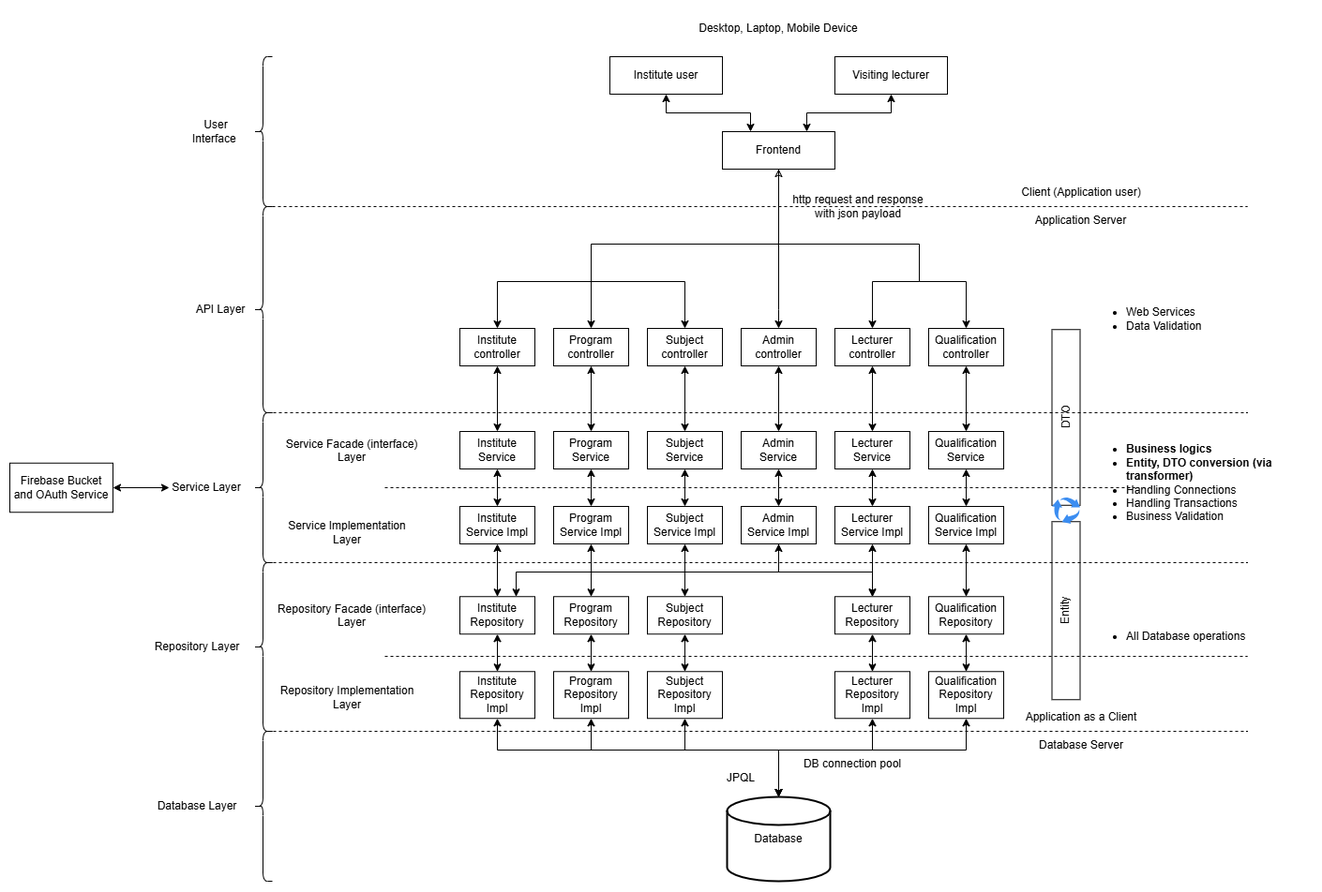
Earlier version of the draw.io export src/main/resources/pic/Lecture_Link_Architecture.drawio.png (tharindu152/lecture-link-backend). Source tidied: cells renumbered, new cells last; positions are measured from the earlier drawing's top-left corner, leaving out a move shared by most shapes.
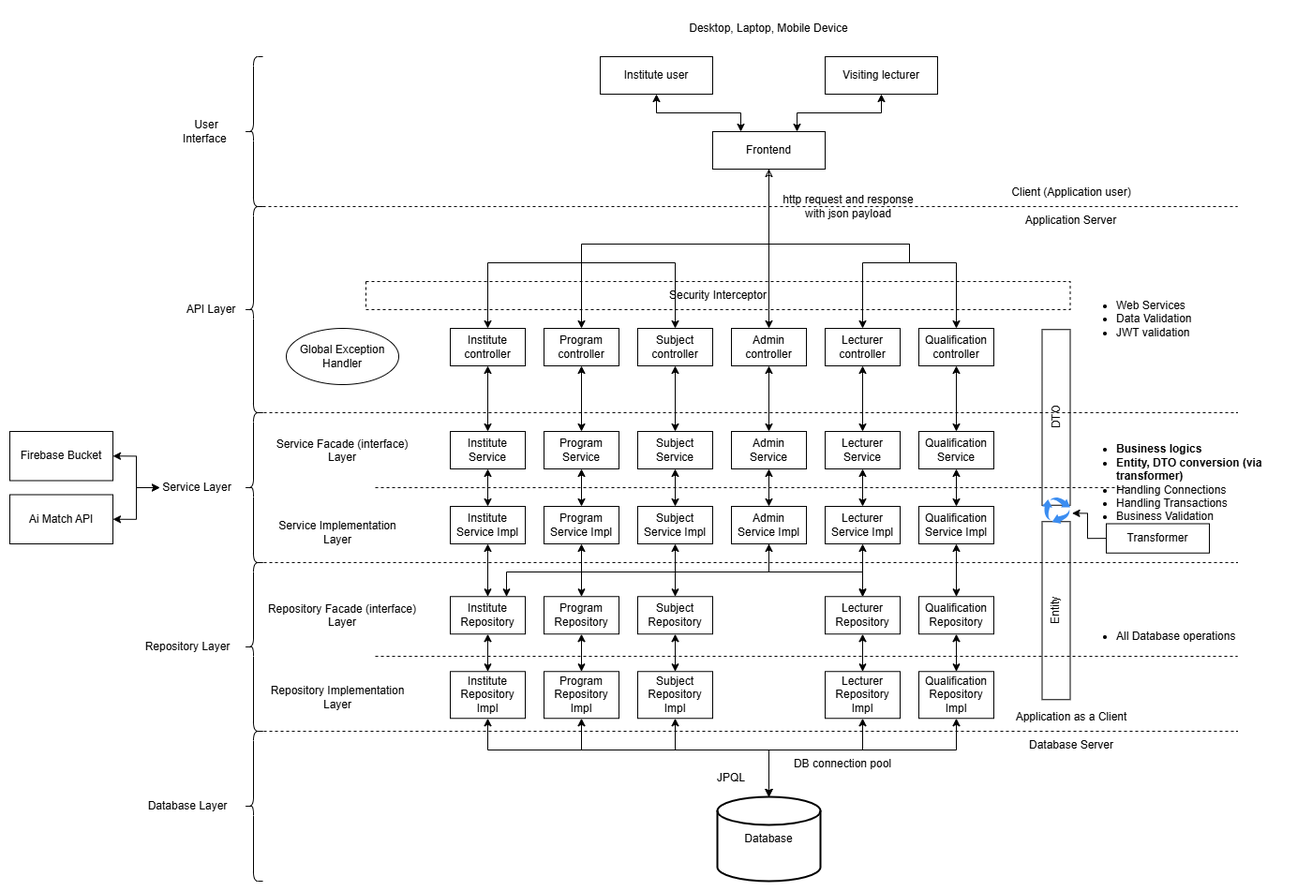
After the change.

The edit, as a diff of the source:
```diff
@@ -18,11 +18,11 @@
     </mxCell>
     <mxCell id="5" style="edgeStyle=orthogonalEdgeStyle;rounded=0;jettySize=auto;html=1;exitX=0.5;exitY=1;exitDx=0;exitDy=0;startArrow=classic;startFill=0;endArrow=none;" parent="1" edge="1" source="6">
       <mxGeometry relative="1" as="geometry">
-        <mxPoint x="970" y="290" as="targetPoint" />
+        <mxPoint x="950" y="270" as="targetPoint" />
         <Array as="points">
           <mxPoint x="820" y="250" />
           <mxPoint x="970" y="250" />
-          <mxPoint x="970" y="290" />
+          <mxPoint x="970" y="270" />
         </Array>
       </mxGeometry>
     </mxCell>
@@ -39,8 +39,8 @@
       <mxGeometry relative="1" as="geometry">
         <mxPoint x="620" y="310" as="sourcePoint" />
         <Array as="points">
-          <mxPoint x="620" y="290" />
-          <mxPoint x="520" y="290" />
+          <mxPoint x="620" y="270" />
+          <mxPoint x="520" y="270" />
         </Array>
       </mxGeometry>
     </mxCell>
@@ -72,8 +72,8 @@
       <mxGeometry relative="1" as="geometry">
         <mxPoint x="620" y="310" as="sourcePoint" />
         <Array as="points">
-          <mxPoint x="620" y="290" />
-          <mxPoint x="720" y="290" />
+          <mxPoint x="620" y="270" />
+          <mxPoint x="720" y="270" />
         </Array>
       </mxGeometry>
     </mxCell>
@@ -83,7 +83,7 @@
     <mxCell id="19" value="Application Server" style="rounded=0;whiteSpace=wrap;html=1;fillColor=none;strokeColor=none;" parent="1" vertex="1">
       <mxGeometry x="1082.1" y="210" width="121.2" height="30" as="geometry" />
     </mxCell>
-    <mxCell id="20" value="&lt;span id=&quot;docs-internal-guid-50f9bfb8-7fff-61bb-9445-f362caa7c2ca&quot;&gt;&lt;p dir=&quot;ltr&quot; style=&quot;line-height:1.2;margin-top:0pt;margin-bottom:0pt;&quot;&gt;&lt;/p&gt;&lt;ul&gt;&lt;li style=&quot;&quot;&gt;&lt;span style=&quot;font-size: 9pt; font-family: Arial, sans-serif; background-color: transparent; font-variant-numeric: normal; font-variant-east-asian: normal; font-variant-alternates: normal; font-variant-position: normal; vertical-align: baseline; white-space-collapse: preserve;&quot;&gt;Web Services&lt;/span&gt;&lt;/li&gt;&lt;li style=&quot;&quot;&gt;&lt;span style=&quot;font-size: 9pt; font-family: Arial, sans-serif; background-color: transparent; font-variant-numeric: normal; font-variant-east-asian: normal; font-variant-alternates: normal; font-variant-position: normal; vertical-align: baseline; white-space-collapse: preserve;&quot;&gt;Data Validation&lt;/span&gt;&lt;/li&gt;&lt;/ul&gt;&lt;/span&gt;" style="rounded=0;whiteSpace=wrap;html=1;fillColor=none;strokeColor=none;align=left;" parent="1" vertex="1">
+    <mxCell id="20" value="&lt;span id=&quot;docs-internal-guid-50f9bfb8-7fff-61bb-9445-f362caa7c2ca&quot;&gt;&lt;p dir=&quot;ltr&quot; style=&quot;line-height:1.2;margin-top:0pt;margin-bottom:0pt;&quot;&gt;&lt;/p&gt;&lt;ul&gt;&lt;li style=&quot;&quot;&gt;&lt;span style=&quot;font-size: 9pt; font-family: Arial, sans-serif; background-color: transparent; font-variant-numeric: normal; font-variant-east-asian: normal; font-variant-alternates: normal; font-variant-position: normal; vertical-align: baseline; white-space-collapse: preserve;&quot;&gt;Web Services&lt;/span&gt;&lt;/li&gt;&lt;li style=&quot;&quot;&gt;&lt;span style=&quot;font-size: 9pt; font-family: Arial, sans-serif; background-color: transparent; font-variant-numeric: normal; font-variant-east-asian: normal; font-variant-alternates: normal; font-variant-position: normal; vertical-align: baseline; white-space-collapse: preserve;&quot;&gt;Data Validation&lt;/span&gt;&lt;/li&gt;&lt;li style=&quot;&quot;&gt;&lt;span style=&quot;font-size: 9pt; font-family: Arial, sans-serif; background-color: transparent; font-variant-numeric: normal; font-variant-east-asian: normal; font-variant-alternates: normal; font-variant-position: normal; vertical-align: baseline; white-space-collapse: preserve;&quot;&gt;JWT validation&lt;/span&gt;&lt;/li&gt;&lt;/ul&gt;&lt;/span&gt;" style="rounded=0;whiteSpace=wrap;html=1;fillColor=none;strokeColor=none;align=left;" parent="1" vertex="1">
       <mxGeometry x="1149" y="310" width="160" height="40" as="geometry" />
     </mxCell>
     <mxCell id="21" value="&lt;b style=&quot;font-weight:normal;&quot; id=&quot;docs-internal-guid-31feec5b-7fff-037c-acd2-e17941e6e98d&quot;&gt;&lt;p dir=&quot;ltr&quot; style=&quot;line-height: 1.2; margin-top: 0pt; margin-bottom: 0pt;&quot;&gt;&lt;span style=&quot;font-size:9pt;font-family:Arial,sans-serif;color:#000000;background-color:transparent;font-weight:400;font-style:normal;font-variant:normal;text-decoration:none;vertical-align:baseline;white-space:pre;white-space:pre-wrap;&quot;&gt;Service Facade (interface) Layer&lt;/span&gt;&lt;/p&gt;&lt;/b&gt;" style="text;whiteSpace=wrap;html=1;align=center;" parent="1" vertex="1">
@@ -394,24 +394,43 @@
     <mxCell id="104" style="edgeStyle=orthogonalEdgeStyle;rounded=0;jettySize=auto;html=1;exitX=1;exitY=0.5;exitDx=0;exitDy=0;entryX=0;entryY=0.5;entryDx=0;entryDy=0;startArrow=classic;startFill=1;" parent="1" edge="1" source="105" target="71">
       <mxGeometry relative="1" as="geometry" />
     </mxCell>
-    <mxCell id="105" value="Firebase Bucket and OAuth Service" style="rounded=0;whiteSpace=wrap;html=1;fillColor=none;" parent="1" vertex="1">
-      <mxGeometry y="483.8" width="110" height="52.5" as="geometry" />
+    <mxCell id="105" value="Firebase Bucket" style="rounded=0;whiteSpace=wrap;html=1;fillColor=none;" parent="1" vertex="1">
+      <mxGeometry x="10" y="450" width="110" height="52.5" as="geometry" />
     </mxCell>
     <mxCell id="106" style="edgeStyle=orthogonalEdgeStyle;rounded=0;jettySize=auto;html=1;entryX=0.5;entryY=0;entryDx=0;entryDy=0;startArrow=none;startFill=0;" parent="1" edge="1" target="16">
       <mxGeometry relative="1" as="geometry">
-        <mxPoint x="970" y="290" as="sourcePoint" />
+        <mxPoint x="970" y="250" as="sourcePoint" />
         <Array as="points">
-          <mxPoint x="1020" y="290" />
+          <mxPoint x="970" y="270" />
+          <mxPoint x="1020" y="270" />
         </Array>
       </mxGeometry>
     </mxCell>
     <mxCell id="107" style="edgeStyle=orthogonalEdgeStyle;rounded=0;jettySize=auto;html=1;entryX=0.5;entryY=0;entryDx=0;entryDy=0;startArrow=none;startFill=0;" parent="1" edge="1" target="15">
       <mxGeometry relative="1" as="geometry">
-        <mxPoint x="970" y="290" as="sourcePoint" />
+        <mxPoint x="970" y="270" as="sourcePoint" />
         <Array as="points">
-          <mxPoint x="920" y="290" />
+          <mxPoint x="920" y="270" />
         </Array>
       </mxGeometry>
     </mxCell>
+    <mxCell id="108" value="Ai Match API" style="rounded=0;whiteSpace=wrap;html=1;fillColor=none;" parent="1" vertex="1">
+      <mxGeometry x="10" y="517.5" width="110" height="52.5" as="geometry" />
+    </mxCell>
+    <mxCell id="109" style="edgeStyle=orthogonalEdgeStyle;rounded=0;jettySize=auto;html=1;exitX=1;exitY=0.5;exitDx=0;exitDy=0;entryX=0;entryY=0.5;entryDx=0;entryDy=0;startArrow=classic;startFill=1;" parent="1" edge="1" source="108" target="71">
+      <mxGeometry relative="1" as="geometry" />
+    </mxCell>
+    <mxCell id="110" value="Security Interceptor" style="rounded=0;whiteSpace=wrap;html=1;fillColor=none;dashed=1;" parent="1" vertex="1">
+      <mxGeometry x="390" y="290" width="751.5" height="30" as="geometry" />
+    </mxCell>
+    <mxCell id="111" value="Global Exception Handler" style="ellipse;whiteSpace=wrap;html=1;fillColor=none;" parent="1" vertex="1">
+      <mxGeometry x="305" y="340" width="120" height="60" as="geometry" />
+    </mxCell>
+    <mxCell id="112" value="Transformer" style="rounded=0;whiteSpace=wrap;html=1;fillColor=none;" parent="1" vertex="1">
+      <mxGeometry x="1180" y="548.5" width="110" height="31.2" as="geometry" />
+    </mxCell>
+    <mxCell id="113" style="edgeStyle=orthogonalEdgeStyle;rounded=0;jettySize=auto;html=1;exitX=0;exitY=0.5;exitDx=0;exitDy=0;entryX=1.067;entryY=0.607;entryDx=0;entryDy=0;entryPerimeter=0;" parent="1" edge="1" source="112" target="75">
+      <mxGeometry relative="1" as="geometry" />
+    </mxCell>
   </root>
 </mxGraphModel>
```
